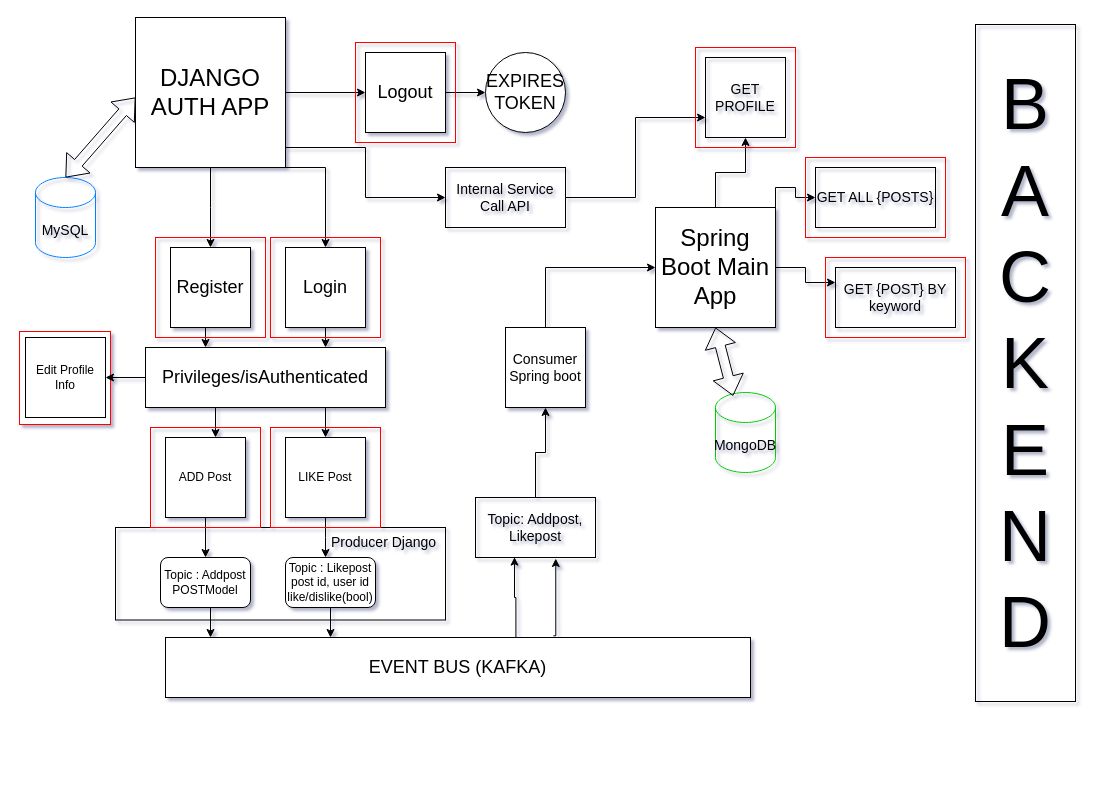
Before: page "Architectural design" (1 of 3) of storywory.drawio in robiee97/storywory, a draw.io diagram. Source tidied: cells renumbered, new cells numbered last; positions are measured from the earlier drawing's top-left corner, leaving out a move shared by most shapes. Both pictures are drawn from the tidied source at 100%, with x=0, y=0 at pixel (19, 17).
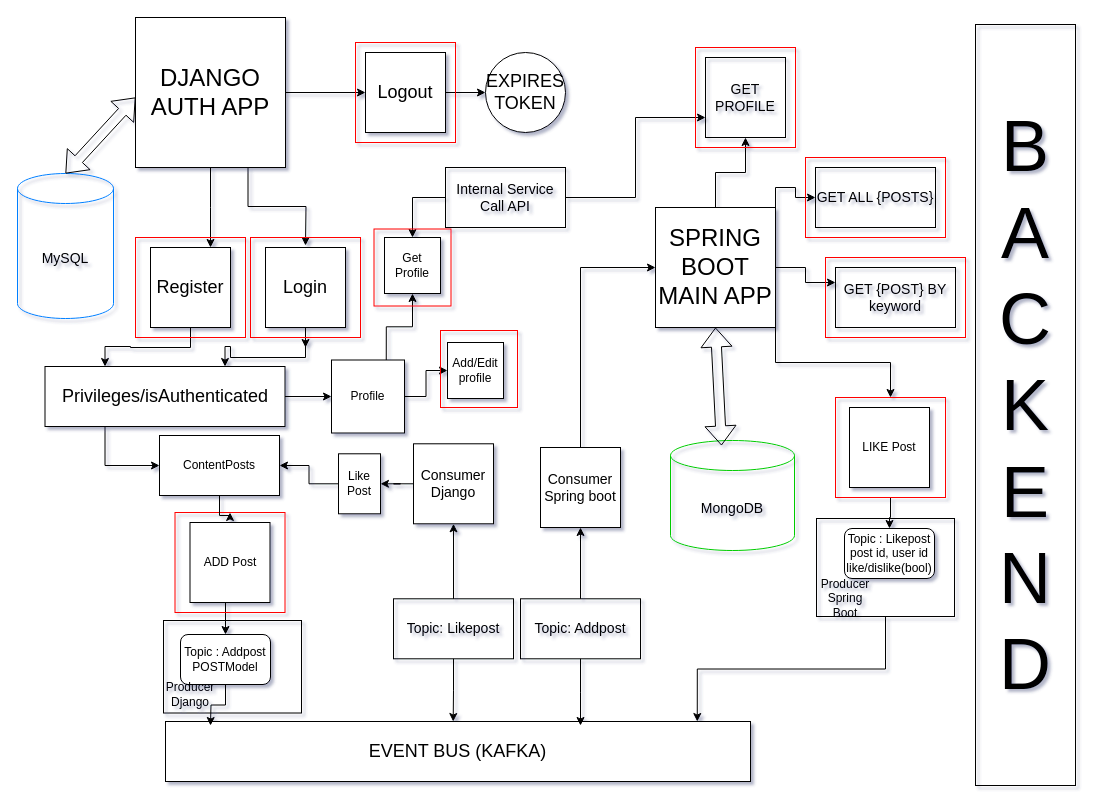
After the change.

The change refers to these unchanged cells:
```xml
<mxCell id="8" value="&lt;font style=&quot;font-size: 24px&quot;&gt;DJANGO AUTH APP&lt;/font&gt;" style="whiteSpace=wrap;html=1;" parent="1" vertex="1">
  <mxGeometry x="116" width="150" height="150" as="geometry" />
</mxCell>
<mxCell id="49" value="Internal Service Call API" style="rounded=0;whiteSpace=wrap;html=1;fontSize=14;strokeWidth=1;fillColor=none;" parent="1" vertex="1">
  <mxGeometry x="426" y="150" width="120" height="60" as="geometry" />
</mxCell>
```

The edit, as a diff of the source:
```diff
@@
-    <mxCell id="2" style="rounded=0;whiteSpace=wrap;html=1;strokeColor=#FF0000;" parent="1" vertex="1">
-      <mxGeometry y="314" width="91" height="93" as="geometry" />
-    </mxCell>
     <mxCell id="3" style="rounded=0;whiteSpace=wrap;html=1;fillColor=none;strokeWidth=1;align=left;" parent="1" vertex="1">
-      <mxGeometry x="96" y="510" width="330" height="92.5" as="geometry" />
+      <mxGeometry x="144" y="603" width="138" height="92.5" as="geometry" />
     </mxCell>
@@
-    <mxCell id="5" style="edgeStyle=orthogonalEdgeStyle;rounded=0;jettySize=auto;html=1;exitX=1;exitY=1;exitDx=0;exitDy=0;entryX=0.5;entryY=0;entryDx=0;entryDy=0;" parent="1" edge="1" source="8" target="12">
-      <mxGeometry relative="1" as="geometry">
-        <Array as="points">
-          <mxPoint x="306" y="150" />
-        </Array>
-      </mxGeometry>
-    </mxCell>
@@
-    <mxCell id="7" style="edgeStyle=orthogonalEdgeStyle;rounded=0;jettySize=auto;html=1;exitX=1;exitY=0.75;exitDx=0;exitDy=0;entryX=0;entryY=0.5;entryDx=0;entryDy=0;fontSize=14;" parent="1" edge="1" source="8" target="49">
-      <mxGeometry relative="1" as="geometry">
-        <Array as="points">
-          <mxPoint x="266" y="130" />
-          <mxPoint x="346" y="130" />
-          <mxPoint x="346" y="180" />
-        </Array>
-      </mxGeometry>
-    </mxCell>
+    <mxCell id="59" style="edgeStyle=orthogonalEdgeStyle;rounded=0;jettySize=auto;html=1;exitX=0.75;exitY=1;exitDx=0;exitDy=0;" parent="1" edge="1" source="8">
+      <mxGeometry relative="1" as="geometry">
+        <mxPoint x="286" y="228" as="targetPoint" />
+      </mxGeometry>
+    </mxCell>
@@
     <mxCell id="10" value="&lt;font style=&quot;font-size: 18px&quot;&gt;Register&lt;/font&gt;" style="whiteSpace=wrap;html=1;" parent="1" vertex="1">
-      <mxGeometry x="151" y="230" width="80" height="80" as="geometry" />
+      <mxGeometry x="131" y="230" width="80" height="80" as="geometry" />
     </mxCell>
     <mxCell id="11" style="edgeStyle=orthogonalEdgeStyle;rounded=0;jettySize=auto;html=1;exitX=0.5;exitY=1;exitDx=0;exitDy=0;" parent="1" edge="1" source="12">
       <mxGeometry relative="1" as="geometry">
-        <mxPoint x="306" y="330" as="targetPoint" />
+        <mxPoint x="286" y="330" as="targetPoint" />
       </mxGeometry>
     </mxCell>
     <mxCell id="12" value="&lt;font style=&quot;font-size: 18px&quot;&gt;Login&lt;/font&gt;" style="whiteSpace=wrap;html=1;" parent="1" vertex="1">
-      <mxGeometry x="266" y="230" width="80" height="80" as="geometry" />
+      <mxGeometry x="246" y="230" width="80" height="80" as="geometry" />
     </mxCell>
@@
-    <mxCell id="16" style="edgeStyle=orthogonalEdgeStyle;rounded=0;jettySize=auto;html=1;exitX=0.25;exitY=1;exitDx=0;exitDy=0;" parent="1" edge="1" source="19">
-      <mxGeometry relative="1" as="geometry">
-        <mxPoint x="196" y="420" as="targetPoint" />
-      </mxGeometry>
-    </mxCell>
-    <mxCell id="17" style="edgeStyle=orthogonalEdgeStyle;rounded=0;jettySize=auto;html=1;exitX=0.75;exitY=1;exitDx=0;exitDy=0;entryX=0.5;entryY=0;entryDx=0;entryDy=0;" parent="1" edge="1" source="19" target="23">
-      <mxGeometry relative="1" as="geometry" />
-    </mxCell>
-    <mxCell id="18" style="edgeStyle=orthogonalEdgeStyle;rounded=0;jettySize=auto;html=1;exitX=0;exitY=0.5;exitDx=0;exitDy=0;entryX=1;entryY=0.5;entryDx=0;entryDy=0;" parent="1" edge="1" source="19" target="58">
-      <mxGeometry relative="1" as="geometry" />
-    </mxCell>
+    <mxCell id="60" style="edgeStyle=orthogonalEdgeStyle;rounded=0;jettySize=auto;html=1;exitX=0.25;exitY=1;exitDx=0;exitDy=0;entryX=0;entryY=0.5;entryDx=0;entryDy=0;" parent="1" edge="1" source="19" target="76">
+      <mxGeometry relative="1" as="geometry" />
+    </mxCell>
+    <mxCell id="61" style="edgeStyle=orthogonalEdgeStyle;rounded=0;jettySize=auto;html=1;exitX=1;exitY=0.5;exitDx=0;exitDy=0;entryX=0;entryY=0.5;entryDx=0;entryDy=0;" parent="1" edge="1" source="19" target="81">
+      <mxGeometry relative="1" as="geometry" />
+    </mxCell>
     <mxCell id="19" value="&lt;font style=&quot;font-size: 18px&quot;&gt;Privileges/isAuthenticated&lt;/font&gt;" style="rounded=0;whiteSpace=wrap;html=1;" parent="1" vertex="1">
-      <mxGeometry x="126" y="330" width="240" height="60" as="geometry" />
+      <mxGeometry x="25.5" y="349" width="240" height="60" as="geometry" />
     </mxCell>
@@
     <mxCell id="21" value="ADD Post" style="whiteSpace=wrap;html=1;" parent="1" vertex="1">
-      <mxGeometry x="146" y="420" width="80" height="80" as="geometry" />
+      <mxGeometry x="170.5" y="505" width="80" height="80" as="geometry" />
     </mxCell>
-    <mxCell id="22" style="edgeStyle=orthogonalEdgeStyle;rounded=0;jettySize=auto;html=1;exitX=0.5;exitY=1;exitDx=0;exitDy=0;" parent="1" edge="1" source="23">
-      <mxGeometry relative="1" as="geometry">
-        <mxPoint x="306" y="540" as="targetPoint" />
-      </mxGeometry>
-    </mxCell>
     <mxCell id="23" value="LIKE Post" style="whiteSpace=wrap;html=1;" parent="1" vertex="1">
-      <mxGeometry x="266" y="420" width="80" height="80" as="geometry" />
+      <mxGeometry x="830" y="390" width="80" height="80" as="geometry" />
     </mxCell>
-    <mxCell id="24" style="edgeStyle=orthogonalEdgeStyle;rounded=0;jettySize=auto;html=1;entryX=0.669;entryY=1.017;entryDx=0;entryDy=0;entryPerimeter=0;fontSize=14;exitX=0.663;exitY=-0.028;exitDx=0;exitDy=0;exitPerimeter=0;" parent="1" edge="1" source="26" target="44">
-      <mxGeometry relative="1" as="geometry">
-        <Array as="points">
-          <mxPoint x="536" y="618" />
-        </Array>
-      </mxGeometry>
-    </mxCell>
-    <mxCell id="25" style="edgeStyle=orthogonalEdgeStyle;rounded=0;jettySize=auto;html=1;entryX=0.325;entryY=0.994;entryDx=0;entryDy=0;entryPerimeter=0;fontSize=14;exitX=0.599;exitY=-0.006;exitDx=0;exitDy=0;exitPerimeter=0;" parent="1" edge="1" source="26" target="44">
-      <mxGeometry relative="1" as="geometry" />
-    </mxCell>
     <mxCell id="26" value="&lt;font style=&quot;font-size: 18px&quot;&gt;EVENT BUS (KAFKA)&lt;/font&gt;" style="rounded=0;whiteSpace=wrap;html=1;" parent="1" vertex="1">
-      <mxGeometry x="146" y="620" width="585" height="60" as="geometry" />
+      <mxGeometry x="146" y="704" width="585" height="60" as="geometry" />
     </mxCell>
     <mxCell id="27" style="edgeStyle=orthogonalEdgeStyle;rounded=0;jettySize=auto;html=1;exitX=0.5;exitY=1;exitDx=0;exitDy=0;" parent="1" edge="1" source="28">
       <mxGeometry relative="1" as="geometry">
-        <mxPoint x="191" y="620" as="targetPoint" />
+        <mxPoint x="191" y="708" as="targetPoint" />
       </mxGeometry>
     </mxCell>
     <mxCell id="28" value="Topic : Addpost&lt;br&gt;POSTModel" style="rounded=1;whiteSpace=wrap;html=1;" parent="1" vertex="1">
-      <mxGeometry x="141" y="540" width="90" height="50" as="geometry" />
+      <mxGeometry x="161" y="617" width="90" height="50" as="geometry" />
     </mxCell>
-    <mxCell id="29" style="edgeStyle=orthogonalEdgeStyle;rounded=0;jettySize=auto;html=1;exitX=0.5;exitY=1;exitDx=0;exitDy=0;" parent="1" edge="1" source="30">
-      <mxGeometry relative="1" as="geometry">
-        <mxPoint x="311" y="620" as="targetPoint" />
-      </mxGeometry>
-    </mxCell>
     <mxCell id="30" value="Topic : Likepost&lt;br&gt;post id, user id like/dislike(bool)" style="rounded=1;whiteSpace=wrap;html=1;" parent="1" vertex="1">
-      <mxGeometry x="266" y="540" width="90" height="50" as="geometry" />
+      <mxGeometry x="825" y="511" width="90" height="50" as="geometry" />
     </mxCell>
@@
+    <mxCell id="62" style="edgeStyle=orthogonalEdgeStyle;rounded=0;jettySize=auto;html=1;exitX=1;exitY=1;exitDx=0;exitDy=0;" parent="1" edge="1" source="34" target="54">
+      <mxGeometry relative="1" as="geometry" />
+    </mxCell>
-    <mxCell id="34" value="&lt;font style=&quot;font-size: 24px&quot;&gt;Spring Boot Main App&lt;/font&gt;" style="whiteSpace=wrap;html=1;" parent="1" vertex="1">
+    <mxCell id="34" value="&lt;font style=&quot;font-size: 24px&quot;&gt;SPRING BOOT MAIN APP&lt;/font&gt;" style="whiteSpace=wrap;html=1;" parent="1" vertex="1">
       <mxGeometry x="636" y="190" width="120" height="120" as="geometry" />
     </mxCell>
@@
     <mxCell id="36" value="&lt;font style=&quot;font-size: 14px&quot;&gt;Consumer Spring boot&lt;/font&gt;" style="whiteSpace=wrap;html=1;" parent="1" vertex="1">
-      <mxGeometry x="486" y="310" width="80" height="80" as="geometry" />
+      <mxGeometry x="521" y="430" width="80" height="80" as="geometry" />
     </mxCell>
-    <mxCell id="37" value="Producer Django" style="text;strokeColor=none;fillColor=none;align=left;verticalAlign=top;spacingLeft=4;spacingRight=4;overflow=hidden;fontSize=14;" parent="1" vertex="1">
-      <mxGeometry x="306" y="510" width="150" height="40" as="geometry" />
-    </mxCell>
@@
     <mxCell id="41" value="MongoDB" style="shape=cylinder3;whiteSpace=wrap;html=1;boundedLbl=1;backgroundOutline=1;size=15;fontSize=14;strokeWidth=1;fillColor=none;strokeColor=#00CC00;" parent="1" vertex="1">
-      <mxGeometry x="696" y="375" width="60" height="80" as="geometry" />
+      <mxGeometry x="651" y="423" width="124" height="110" as="geometry" />
     </mxCell>
-    <mxCell id="42" style="shape=flexArrow;endArrow=classic;startArrow=classic;html=1;fontSize=14;entryX=0.5;entryY=1;entryDx=0;entryDy=0;exitX=0.294;exitY=0.042;exitDx=0;exitDy=0;exitPerimeter=0;" parent="1" edge="1" source="41" target="34">
-      <mxGeometry relative="1" as="geometry" />
+    <mxCell id="42" style="shape=flexArrow;endArrow=classic;startArrow=classic;html=1;fontSize=14;entryX=0.5;entryY=1;entryDx=0;entryDy=0;" parent="1" edge="1" target="34">
+      <mxGeometry relative="1" as="geometry">
+        <mxPoint x="702" y="428" as="sourcePoint" />
+      </mxGeometry>
     </mxCell>
@@
+    <mxCell id="63" style="edgeStyle=orthogonalEdgeStyle;rounded=0;jettySize=auto;html=1;" parent="1" edge="1" source="44">
+      <mxGeometry relative="1" as="geometry">
+        <mxPoint x="561" y="708" as="targetPoint" />
+      </mxGeometry>
+    </mxCell>
-    <mxCell id="44" value="Topic: Addpost, Likepost" style="rounded=0;whiteSpace=wrap;html=1;fontSize=14;strokeWidth=1;fillColor=none;" parent="1" vertex="1">
-      <mxGeometry x="456" y="480" width="120" height="60" as="geometry" />
+    <mxCell id="44" value="Topic: Addpost" style="rounded=0;whiteSpace=wrap;html=1;fontSize=14;strokeWidth=1;fillColor=none;" parent="1" vertex="1">
+      <mxGeometry x="501" y="581.3" width="120" height="60" as="geometry" />
     </mxCell>
@@
     <mxCell id="46" value="MySQL" style="shape=cylinder3;whiteSpace=wrap;html=1;boundedLbl=1;backgroundOutline=1;size=15;fontSize=14;strokeWidth=1;fillColor=none;strokeColor=#007FFF;" parent="1" vertex="1">
-      <mxGeometry x="16" y="160" width="60" height="80" as="geometry" />
+      <mxGeometry x="-2" y="156" width="96" height="145" as="geometry" />
     </mxCell>
@@
+    <mxCell id="64" style="edgeStyle=orthogonalEdgeStyle;rounded=0;jettySize=auto;html=1;exitX=0;exitY=0.5;exitDx=0;exitDy=0;entryX=0.5;entryY=0;entryDx=0;entryDy=0;" parent="1" edge="1" source="49" target="83">
+      <mxGeometry relative="1" as="geometry" />
+    </mxCell>
@@
     <mxCell id="50" value="&lt;font style=&quot;font-size: 72px&quot;&gt;B&lt;br&gt;A&lt;br&gt;C&lt;br&gt;K&lt;br&gt;E&lt;br&gt;N&lt;br&gt;D&lt;/font&gt;" style="rounded=0;whiteSpace=wrap;html=1;fontSize=14;strokeColor=#000000;strokeWidth=1;fillColor=none;" parent="1" vertex="1">
-      <mxGeometry x="956" y="7" width="100" height="677" as="geometry" />
+      <mxGeometry x="956" y="7" width="100" height="761" as="geometry" />
     </mxCell>
     <mxCell id="51" style="rounded=0;whiteSpace=wrap;html=1;fontSize=14;strokeWidth=1;fillColor=none;strokeColor=#FF0000;" parent="1" vertex="1">
-      <mxGeometry x="136" y="220" width="110" height="100" as="geometry" />
+      <mxGeometry x="116" y="220" width="110" height="100" as="geometry" />
     </mxCell>
+    <mxCell id="65" style="edgeStyle=orthogonalEdgeStyle;rounded=0;jettySize=auto;html=1;entryX=0.75;entryY=0;entryDx=0;entryDy=0;" parent="1" edge="1" source="52" target="19">
+      <mxGeometry relative="1" as="geometry" />
+    </mxCell>
     <mxCell id="52" style="rounded=0;whiteSpace=wrap;html=1;fontSize=14;strokeWidth=1;fillColor=none;strokeColor=#FF0000;" parent="1" vertex="1">
-      <mxGeometry x="251" y="220" width="110" height="100" as="geometry" />
+      <mxGeometry x="231" y="220" width="110" height="100" as="geometry" />
     </mxCell>
     <mxCell id="53" style="rounded=0;whiteSpace=wrap;html=1;fontSize=14;strokeWidth=1;fillColor=none;strokeColor=#FF0000;" parent="1" vertex="1">
-      <mxGeometry x="131" y="410" width="110" height="100" as="geometry" />
+      <mxGeometry x="155.5" y="495" width="110" height="100" as="geometry" />
     </mxCell>
+    <mxCell id="66" style="edgeStyle=orthogonalEdgeStyle;rounded=0;jettySize=auto;html=1;" parent="1" edge="1" source="54" target="30">
+      <mxGeometry relative="1" as="geometry" />
+    </mxCell>
     <mxCell id="54" style="rounded=0;whiteSpace=wrap;html=1;fontSize=14;strokeWidth=1;fillColor=none;strokeColor=#FF0000;" parent="1" vertex="1">
-      <mxGeometry x="251" y="410" width="110" height="100" as="geometry" />
+      <mxGeometry x="816" y="380" width="110" height="100" as="geometry" />
     </mxCell>
@@
-    <mxCell id="58" value="Edit Profile Info" style="whiteSpace=wrap;html=1;" parent="1" vertex="1">
-      <mxGeometry x="6" y="320" width="80" height="80" as="geometry" />
-    </mxCell>
+    <mxCell id="67" style="edgeStyle=orthogonalEdgeStyle;rounded=0;jettySize=auto;html=1;exitX=0.5;exitY=1;exitDx=0;exitDy=0;entryX=0.909;entryY=0;entryDx=0;entryDy=0;entryPerimeter=0;" parent="1" edge="1" source="68" target="26">
+      <mxGeometry relative="1" as="geometry" />
+    </mxCell>
+    <mxCell id="68" style="rounded=0;whiteSpace=wrap;html=1;fillColor=none;" parent="1" vertex="1">
+      <mxGeometry x="797" y="501" width="138" height="98" as="geometry" />
+    </mxCell>
+    <mxCell id="69" value="Producer Spring Boot" style="text;html=1;strokeColor=none;fillColor=none;align=center;verticalAlign=middle;whiteSpace=wrap;rounded=0;" parent="1" vertex="1">
+      <mxGeometry x="806" y="571" width="40" height="20" as="geometry" />
+    </mxCell>
+    <mxCell id="37" value="Producer Django" style="text;html=1;strokeColor=none;fillColor=none;align=center;verticalAlign=middle;whiteSpace=wrap;rounded=0;" parent="1" vertex="1">
+      <mxGeometry x="151" y="667" width="40" height="20" as="geometry" />
+    </mxCell>
+    <mxCell id="70" style="edgeStyle=orthogonalEdgeStyle;rounded=0;jettySize=auto;html=1;" parent="1" edge="1" source="71" target="78">
+      <mxGeometry relative="1" as="geometry" />
+    </mxCell>
+    <mxCell id="71" value="&lt;font style=&quot;font-size: 14px&quot;&gt;Consumer&lt;br&gt;Django&lt;/font&gt;" style="whiteSpace=wrap;html=1;" parent="1" vertex="1">
+      <mxGeometry x="394" y="426.3" width="80" height="80" as="geometry" />
+    </mxCell>
+    <mxCell id="72" style="edgeStyle=orthogonalEdgeStyle;rounded=0;jettySize=auto;html=1;" parent="1" edge="1" source="74" target="71">
+      <mxGeometry relative="1" as="geometry" />
+    </mxCell>
+    <mxCell id="73" style="edgeStyle=orthogonalEdgeStyle;rounded=0;jettySize=auto;html=1;exitX=0.5;exitY=1;exitDx=0;exitDy=0;" parent="1" edge="1" source="74">
+      <mxGeometry relative="1" as="geometry">
+        <mxPoint x="433.7" y="704" as="targetPoint" />
+      </mxGeometry>
+    </mxCell>
+    <mxCell id="74" value="Topic: Likepost" style="rounded=0;whiteSpace=wrap;html=1;fontSize=14;strokeWidth=1;fillColor=none;" parent="1" vertex="1">
+      <mxGeometry x="374" y="581.3" width="120" height="60" as="geometry" />
+    </mxCell>
+    <mxCell id="75" style="edgeStyle=orthogonalEdgeStyle;rounded=0;jettySize=auto;html=1;exitX=0.5;exitY=1;exitDx=0;exitDy=0;" parent="1" edge="1" source="76" target="53">
+      <mxGeometry relative="1" as="geometry" />
+    </mxCell>
+    <mxCell id="76" value="ContentPosts" style="rounded=0;whiteSpace=wrap;html=1;" parent="1" vertex="1">
+      <mxGeometry x="140" y="418" width="120" height="60" as="geometry" />
+    </mxCell>
+    <mxCell id="77" style="edgeStyle=orthogonalEdgeStyle;rounded=0;jettySize=auto;html=1;" parent="1" edge="1" source="78" target="76">
+      <mxGeometry relative="1" as="geometry" />
+    </mxCell>
+    <mxCell id="78" value="Like Post" style="rounded=0;whiteSpace=wrap;html=1;fillColor=#ffffff;" parent="1" vertex="1">
+      <mxGeometry x="319" y="436.3" width="42" height="60" as="geometry" />
+    </mxCell>
+    <mxCell id="79" style="edgeStyle=orthogonalEdgeStyle;rounded=0;jettySize=auto;html=1;exitX=0.75;exitY=0;exitDx=0;exitDy=0;" parent="1" edge="1" source="81" target="83">
+      <mxGeometry relative="1" as="geometry" />
+    </mxCell>
+    <mxCell id="80" style="edgeStyle=orthogonalEdgeStyle;rounded=0;jettySize=auto;html=1;exitX=1;exitY=0.5;exitDx=0;exitDy=0;entryX=0;entryY=0.5;entryDx=0;entryDy=0;" parent="1" edge="1" source="81" target="82">
+      <mxGeometry relative="1" as="geometry" />
+    </mxCell>
+    <mxCell id="81" value="Profile" style="whiteSpace=wrap;html=1;fillColor=#ffffff;" parent="1" vertex="1">
+      <mxGeometry x="312" y="342.5" width="73" height="73" as="geometry" />
+    </mxCell>
+    <mxCell id="82" value="Add/Edit&lt;br&gt;profile" style="whiteSpace=wrap;html=1;fillColor=#ffffff;" parent="1" vertex="1">
+      <mxGeometry x="428" y="325" width="56" height="56" as="geometry" />
+    </mxCell>
+    <mxCell id="83" value="Get Profile" style="whiteSpace=wrap;html=1;fillColor=#ffffff;" parent="1" vertex="1">
+      <mxGeometry x="365" y="220" width="56" height="56" as="geometry" />
+    </mxCell>
+    <mxCell id="84" style="whiteSpace=wrap;html=1;fillColor=none;strokeColor=#FF0000;" parent="1" vertex="1">
+      <mxGeometry x="421" y="313" width="77" height="77" as="geometry" />
+    </mxCell>
+    <mxCell id="85" style="whiteSpace=wrap;html=1;fillColor=none;strokeColor=#FF0000;" parent="1" vertex="1">
+      <mxGeometry x="354.5" y="211.5" width="77" height="77" as="geometry" />
+    </mxCell>
```
